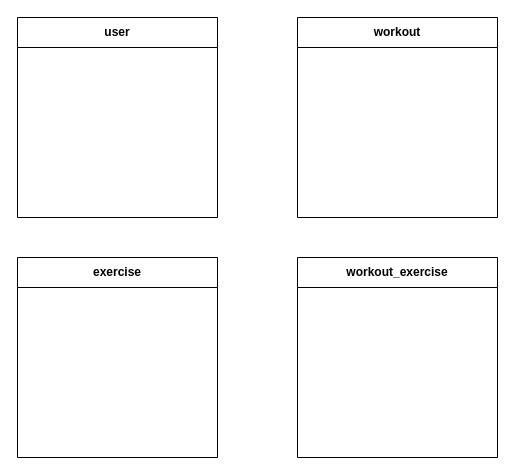
Earlier version of the draw.io diagram Untitled Diagram.drawio (tnb1604/webDev1ProjectGymTracker). Source tidied: cells renumbered, new cells numbered last; positions are measured from the earlier drawing's top-left corner, leaving out a move shared by most shapes. Both pictures are drawn from the tidied source at 100%, with x=0, y=0 at pixel (17, 17).
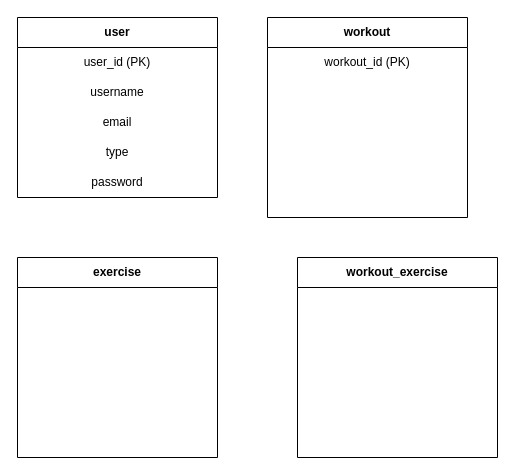
Above is the later version.

Change to the diagram source:
```diff
@@
 <mxGraphModel>
   <root>
     <mxCell id="0" />
     <mxCell id="1" parent="0" />
     <mxCell id="2" value="user" style="swimlane;whiteSpace=wrap;html=1;startSize=30;" parent="1" vertex="1">
-      <mxGeometry width="200" height="200" as="geometry" />
+      <mxGeometry width="200" height="180" as="geometry" />
     </mxCell>
+    <mxCell id="6" value="user_id (PK)" style="text;html=1;align=center;verticalAlign=middle;whiteSpace=wrap;rounded=0;" parent="2" vertex="1">
+      <mxGeometry y="30" width="200" height="30" as="geometry" />
+    </mxCell>
+    <mxCell id="7" value="username" style="text;html=1;align=center;verticalAlign=middle;whiteSpace=wrap;rounded=0;" parent="2" vertex="1">
+      <mxGeometry y="60" width="200" height="30" as="geometry" />
+    </mxCell>
+    <mxCell id="8" value="email" style="text;html=1;align=center;verticalAlign=middle;whiteSpace=wrap;rounded=0;" parent="2" vertex="1">
+      <mxGeometry y="90" width="200" height="30" as="geometry" />
+    </mxCell>
+    <mxCell id="9" value="type" style="text;html=1;align=center;verticalAlign=middle;whiteSpace=wrap;rounded=0;" parent="2" vertex="1">
+      <mxGeometry y="120" width="200" height="30" as="geometry" />
+    </mxCell>
+    <mxCell id="10" value="password" style="text;html=1;align=center;verticalAlign=middle;whiteSpace=wrap;rounded=0;" parent="2" vertex="1">
+      <mxGeometry y="150" width="200" height="30" as="geometry" />
+    </mxCell>
     <mxCell id="3" value="workout" style="swimlane;whiteSpace=wrap;html=1;startSize=30;" parent="1" vertex="1">
-      <mxGeometry x="280" width="200" height="200" as="geometry" />
+      <mxGeometry x="250" width="200" height="200" as="geometry" />
     </mxCell>
+    <mxCell id="11" value="workout_id (PK)" style="text;html=1;align=center;verticalAlign=middle;whiteSpace=wrap;rounded=0;" parent="3" vertex="1">
+      <mxGeometry y="30" width="200" height="30" as="geometry" />
+    </mxCell>
     <mxCell id="4" value="exercise" style="swimlane;whiteSpace=wrap;html=1;startSize=30;" parent="1" vertex="1">
       <mxGeometry y="240" width="200" height="200" as="geometry" />
     </mxCell>
     <mxCell id="5" value="workout_exercise" style="swimlane;whiteSpace=wrap;html=1;startSize=30;" parent="1" vertex="1">
       <mxGeometry x="280" y="240" width="200" height="200" as="geometry" />
     </mxCell>
   </root>
 </mxGraphModel>
```
